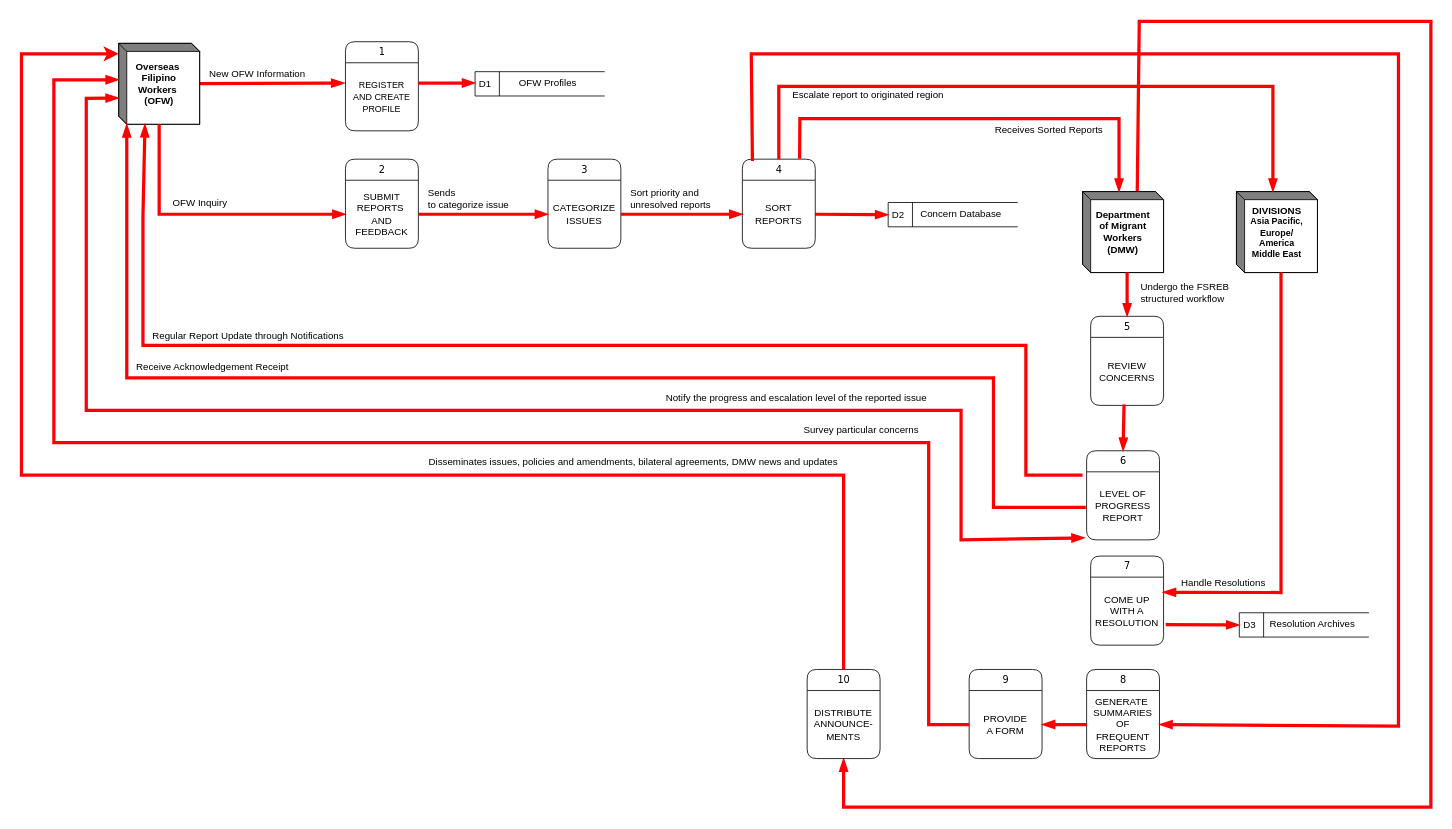
mhiaaaw/mhiaaaw keeps this draw.io diagram as PROPOSED_DFDLVL1.drawio. Above is the earlier version. Source tidied: cells renumbered, new cells numbered last; positions are measured from the earlier drawing's top-left corner, leaving out a move shared by most shapes. Both pictures are drawn from the tidied source at 81%, with x=0, y=0 at pixel (21, 21).
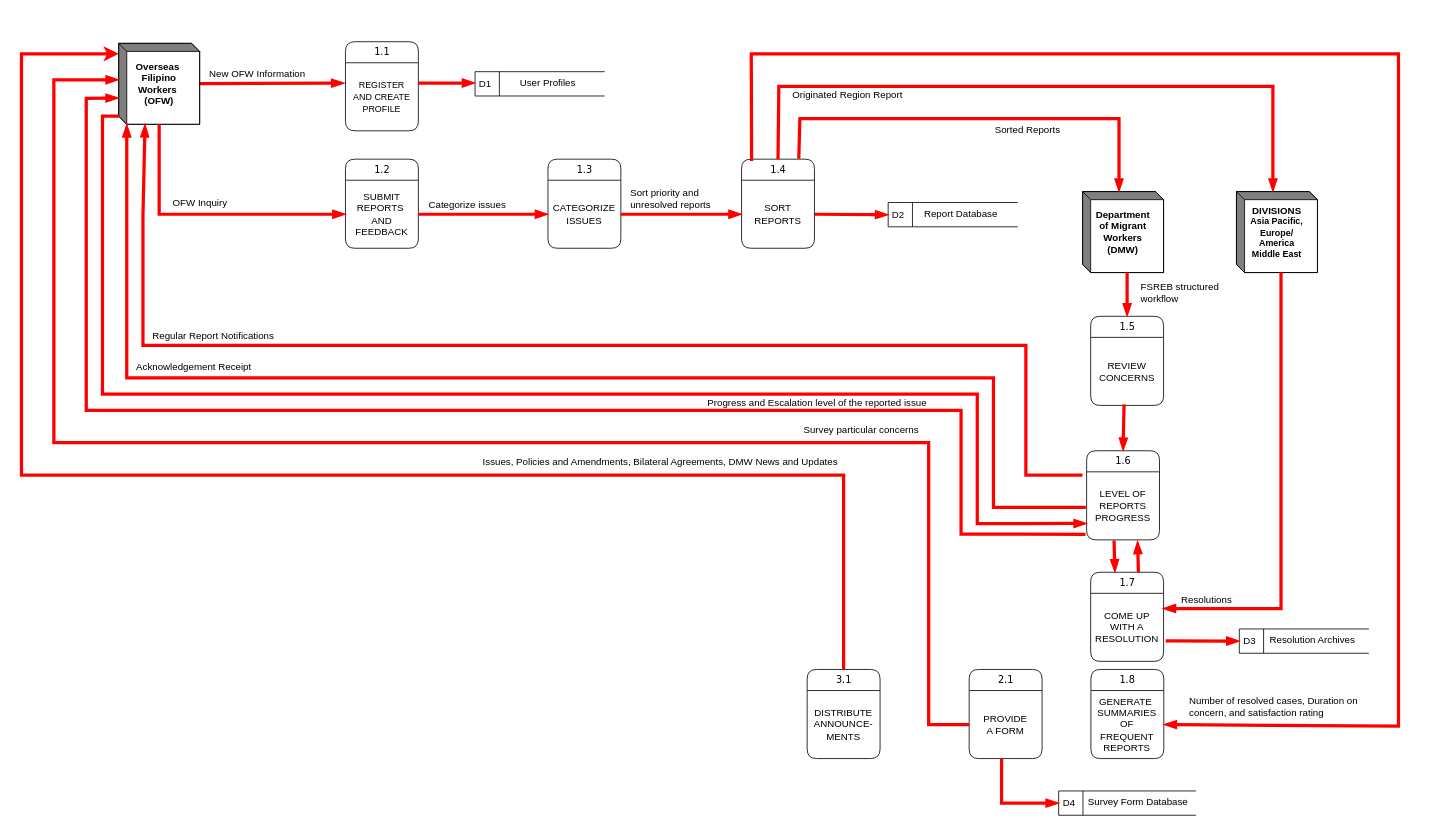
After the change.

Unchanged cells that the change refers to:
```xml
<mxCell id="3" value="&lt;div style=&quot;&quot;&gt;&lt;b&gt;Overseas&amp;nbsp;&lt;/b&gt;&lt;/div&gt;&lt;div style=&quot;&quot;&gt;&lt;b&gt;Filipino&lt;/b&gt;&lt;/div&gt;&lt;div style=&quot;&quot;&gt;&lt;b&gt;Workers&amp;nbsp;&lt;/b&gt;&lt;/div&gt;&lt;div style=&quot;&quot;&gt;&lt;b&gt;(OFW)&lt;/b&gt;&lt;/div&gt;" style="html=1;dashed=0;whiteSpace=wrap;shape=mxgraph.dfd.externalEntity;align=center;" parent="1" vertex="1">
  <mxGeometry x="120" y="27" width="100" height="100" as="geometry" />
</mxCell>
<mxCell id="5" value="&lt;div style=&quot;&quot;&gt;&lt;b&gt;Department&lt;/b&gt;&lt;/div&gt;&lt;div style=&quot;&quot;&gt;&lt;b&gt;of Migrant&lt;/b&gt;&lt;/div&gt;&lt;div style=&quot;&quot;&gt;&lt;b&gt;Workers&lt;/b&gt;&lt;/div&gt;&lt;div style=&quot;&quot;&gt;&lt;b&gt;(DMW)&lt;/b&gt;&lt;/div&gt;" style="html=1;dashed=0;whiteSpace=wrap;shape=mxgraph.dfd.externalEntity;align=center;" parent="1" vertex="1">
  <mxGeometry x="1310" y="210" width="100" height="100" as="geometry" />
</mxCell>
<mxCell id="40" value="&lt;div style=&quot;&quot;&gt;&lt;b&gt;DIVISIONS&lt;/b&gt;&lt;/div&gt;&lt;div style=&quot;font-size: 11px;&quot;&gt;&lt;b style=&quot;&quot;&gt;&lt;font style=&quot;font-size: 11px;&quot;&gt;Asia Pacific,&lt;/font&gt;&lt;/b&gt;&lt;/div&gt;&lt;div style=&quot;font-size: 11px;&quot;&gt;&lt;b style=&quot;background-color: initial;&quot;&gt;Europe/&lt;/b&gt;&lt;/div&gt;&lt;div style=&quot;font-size: 11px;&quot;&gt;&lt;b&gt;&lt;font style=&quot;font-size: 11px;&quot;&gt;America&lt;/font&gt;&lt;/b&gt;&lt;/div&gt;&lt;div style=&quot;font-size: 11px;&quot;&gt;&lt;b style=&quot;&quot;&gt;&lt;font style=&quot;font-size: 11px;&quot;&gt;Middle East&lt;/font&gt;&lt;/b&gt;&lt;/div&gt;" style="html=1;dashed=0;whiteSpace=wrap;shape=mxgraph.dfd.externalEntity;align=center;verticalAlign=middle;" parent="1" vertex="1">
  <mxGeometry x="1500" y="210" width="100" height="100" as="geometry" />
</mxCell>
<mxCell id="44" value="COME UP WITH A&lt;br&gt;RESOLUTION" style="text;html=1;strokeColor=none;fillColor=none;spacingLeft=4;spacingRight=4;whiteSpace=wrap;overflow=hidden;points=[[0,0.5],[1,0.5]];portConstraint=eastwest;align=center;verticalAlign=middle;" parent="43" vertex="1">
  <mxGeometry y="26" width="90" height="84" as="geometry" />
</mxCell>
<mxCell id="50" value="GENERATE&amp;nbsp;&lt;br&gt;SUMMARIES OF FREQUENT&lt;br&gt;REPORTS" style="text;html=1;strokeColor=none;fillColor=none;spacingLeft=4;spacingRight=4;whiteSpace=wrap;overflow=hidden;points=[[0,0.5],[1,0.5]];portConstraint=eastwest;align=center;verticalAlign=middle;" parent="49" vertex="1">
  <mxGeometry y="26" width="90" height="84" as="geometry" />
</mxCell>
<mxCell id="54" value="PROVIDE&lt;br&gt;A FORM" style="text;html=1;strokeColor=none;fillColor=none;spacingLeft=4;spacingRight=4;whiteSpace=wrap;overflow=hidden;points=[[0,0.5],[1,0.5]];portConstraint=eastwest;align=center;verticalAlign=middle;" parent="53" vertex="1">
  <mxGeometry y="26" width="90" height="84" as="geometry" />
</mxCell>
<mxCell id="60" value="DISTRIBUTE&lt;br&gt;ANNOUNCE-MENTS" style="text;html=1;strokeColor=none;fillColor=none;spacingLeft=4;spacingRight=4;whiteSpace=wrap;overflow=hidden;points=[[0,0.5],[1,0.5]];portConstraint=eastwest;align=center;verticalAlign=middle;" parent="59" vertex="1">
  <mxGeometry y="26" width="90" height="84" as="geometry" />
</mxCell>
```

The edit, as a diff of the source:
```diff
@@
-    <mxCell id="4" style="rounded=0;jettySize=auto;html=1;strokeWidth=4;startArrow=none;startFill=0;endArrow=blockThin;endFill=1;strokeColor=#FF0000;exitX=0;exitY=0;exitDx=67.5;exitDy=0;exitPerimeter=0;" parent="1" edge="1" source="5" target="60">
-      <mxGeometry relative="1" as="geometry">
-        <Array as="points">
-          <mxPoint x="1380" />
-          <mxPoint x="1740" />
-          <mxPoint x="1740" y="970" />
-          <mxPoint x="1015" y="970" />
-        </Array>
-      </mxGeometry>
-    </mxCell>
@@
-    <mxCell id="6" value="1" style="swimlane;html=1;fontStyle=0;horizontal=1;startSize=26;fillColor=#ffffff;swimlaneFillColor=#ffffff;align=center;rounded=1;shadow=0;comic=0;labelBackgroundColor=none;strokeWidth=1;fontFamily=Verdana;fontSize=12;" parent="1" vertex="1">
+    <mxCell id="6" value="1.1" style="swimlane;html=1;fontStyle=0;horizontal=1;startSize=26;fillColor=#ffffff;swimlaneFillColor=#ffffff;align=center;rounded=1;shadow=0;comic=0;labelBackgroundColor=none;strokeWidth=1;fontFamily=Verdana;fontSize=12;" parent="1" vertex="1">
       <mxGeometry x="400" y="25" width="90" height="110" as="geometry" />
     </mxCell>
@@
-    <mxCell id="9" value="2" style="swimlane;html=1;fontStyle=0;horizontal=1;startSize=26;fillColor=#ffffff;swimlaneFillColor=#ffffff;align=center;rounded=1;shadow=0;comic=0;labelBackgroundColor=none;strokeWidth=1;fontFamily=Verdana;fontSize=12;" parent="1" vertex="1">
+    <mxCell id="9" value="1.2" style="swimlane;html=1;fontStyle=0;horizontal=1;startSize=26;fillColor=#ffffff;swimlaneFillColor=#ffffff;align=center;rounded=1;shadow=0;comic=0;labelBackgroundColor=none;strokeWidth=1;fontFamily=Verdana;fontSize=12;" parent="1" vertex="1">
       <mxGeometry x="400" y="170" width="90" height="110" as="geometry" />
     </mxCell>
@@
-    <mxCell id="14" value="OFW Profiles" style="text;html=1;strokeColor=none;fillColor=none;align=center;verticalAlign=middle;whiteSpace=wrap;rounded=0;" parent="1" vertex="1">
+    <mxCell id="14" value="User Profiles" style="text;html=1;strokeColor=none;fillColor=none;align=center;verticalAlign=middle;whiteSpace=wrap;rounded=0;" parent="1" vertex="1">
       <mxGeometry x="590" y="61" width="120" height="30" as="geometry" />
     </mxCell>
@@
-    <mxCell id="17" value="Concern Database" style="text;html=1;strokeColor=none;fillColor=none;align=center;verticalAlign=middle;whiteSpace=wrap;rounded=0;" parent="1" vertex="1">
+    <mxCell id="17" value="Report Database" style="text;html=1;strokeColor=none;fillColor=none;align=center;verticalAlign=middle;whiteSpace=wrap;rounded=0;" parent="1" vertex="1">
       <mxGeometry x="1100" y="222.5" width="120" height="30" as="geometry" />
     </mxCell>
@@
-    <mxCell id="20" value="Regular Report Update through Notifications" style="text;html=1;strokeColor=none;fillColor=none;align=left;verticalAlign=bottom;whiteSpace=wrap;rounded=0;fontSize=12;spacingLeft=10;spacingRight=10;" parent="1" vertex="1">
+    <mxCell id="20" value="Regular Report Notifications" style="text;html=1;strokeColor=none;fillColor=none;align=left;verticalAlign=bottom;whiteSpace=wrap;rounded=0;fontSize=12;spacingLeft=10;spacingRight=10;" parent="1" vertex="1">
       <mxGeometry x="150" y="364" width="280" height="33" as="geometry" />
     </mxCell>
-    <mxCell id="21" value="3" style="swimlane;html=1;fontStyle=0;horizontal=1;startSize=26;fillColor=#ffffff;swimlaneFillColor=#ffffff;align=center;rounded=1;shadow=0;comic=0;labelBackgroundColor=none;strokeWidth=1;fontFamily=Verdana;fontSize=12;" parent="1" vertex="1">
+    <mxCell id="21" value="1.3" style="swimlane;html=1;fontStyle=0;horizontal=1;startSize=26;fillColor=#ffffff;swimlaneFillColor=#ffffff;align=center;rounded=1;shadow=0;comic=0;labelBackgroundColor=none;strokeWidth=1;fontFamily=Verdana;fontSize=12;" parent="1" vertex="1">
       <mxGeometry x="650" y="170" width="90" height="110" as="geometry" />
     </mxCell>
@@
-    <mxCell id="25" value="4" style="swimlane;html=1;fontStyle=0;horizontal=1;startSize=26;fillColor=#ffffff;swimlaneFillColor=#ffffff;align=center;rounded=1;shadow=0;comic=0;labelBackgroundColor=none;strokeWidth=1;fontFamily=Verdana;fontSize=12;" parent="1" vertex="1">
-      <mxGeometry x="890" y="170" width="90" height="110" as="geometry" />
+    <mxCell id="25" value="1.4" style="swimlane;html=1;fontStyle=0;horizontal=1;startSize=26;fillColor=#ffffff;swimlaneFillColor=#ffffff;align=center;rounded=1;shadow=0;comic=0;labelBackgroundColor=none;strokeWidth=1;fontFamily=Verdana;fontSize=12;" parent="1" vertex="1">
+      <mxGeometry x="889" y="170" width="90" height="110" as="geometry" />
     </mxCell>
@@
-    <mxCell id="28" value="Sends &lt;br&gt;to categorize issue&amp;nbsp;" style="text;html=1;strokeColor=none;fillColor=none;align=left;verticalAlign=bottom;whiteSpace=wrap;rounded=0;fontSize=12;spacingLeft=10;spacingRight=10;" parent="1" vertex="1">
-      <mxGeometry x="490" y="203" width="150" height="33" as="geometry" />
+    <mxCell id="28" value="Categorize issues" style="text;html=1;strokeColor=none;fillColor=none;align=left;verticalAlign=bottom;whiteSpace=wrap;rounded=0;fontSize=12;spacingLeft=10;spacingRight=10;" parent="1" vertex="1">
+      <mxGeometry x="491" y="203" width="150" height="33" as="geometry" />
     </mxCell>
@@
-    <mxCell id="30" value="Receives Sorted Reports" style="text;html=1;strokeColor=none;fillColor=none;align=left;verticalAlign=bottom;whiteSpace=wrap;rounded=0;fontSize=12;spacingLeft=10;spacingRight=10;" parent="1" vertex="1">
+    <mxCell id="30" value="Sorted Reports" style="text;html=1;strokeColor=none;fillColor=none;align=left;verticalAlign=bottom;whiteSpace=wrap;rounded=0;fontSize=12;spacingLeft=10;spacingRight=10;" parent="1" vertex="1">
       <mxGeometry x="1190" y="110" width="190" height="33" as="geometry" />
     </mxCell>
-    <mxCell id="31" value="5" style="swimlane;html=1;fontStyle=0;horizontal=1;startSize=26;fillColor=#ffffff;swimlaneFillColor=#ffffff;align=center;rounded=1;shadow=0;comic=0;labelBackgroundColor=none;strokeWidth=1;fontFamily=Verdana;fontSize=12;" parent="1" vertex="1">
+    <mxCell id="31" value="1.5" style="swimlane;html=1;fontStyle=0;horizontal=1;startSize=26;fillColor=#ffffff;swimlaneFillColor=#ffffff;align=center;rounded=1;shadow=0;comic=0;labelBackgroundColor=none;strokeWidth=1;fontFamily=Verdana;fontSize=12;" parent="1" vertex="1">
       <mxGeometry x="1320" y="364" width="90" height="110" as="geometry" />
     </mxCell>
@@
-    <mxCell id="35" value="Receive Acknowledgement Receipt" style="text;html=1;strokeColor=none;fillColor=none;align=left;verticalAlign=bottom;whiteSpace=wrap;rounded=0;fontSize=12;spacingLeft=10;spacingRight=10;" parent="1" vertex="1">
+    <mxCell id="35" value="Acknowledgement Receipt" style="text;html=1;strokeColor=none;fillColor=none;align=left;verticalAlign=bottom;whiteSpace=wrap;rounded=0;fontSize=12;spacingLeft=10;spacingRight=10;" parent="1" vertex="1">
       <mxGeometry x="130" y="402.5" width="220" height="33" as="geometry" />
     </mxCell>
-    <mxCell id="36" value="6" style="swimlane;html=1;fontStyle=0;horizontal=1;startSize=26;fillColor=#ffffff;swimlaneFillColor=#ffffff;align=center;rounded=1;shadow=0;comic=0;labelBackgroundColor=none;strokeWidth=1;fontFamily=Verdana;fontSize=12;" parent="1" vertex="1">
+    <mxCell id="36" value="1.6" style="swimlane;html=1;fontStyle=0;horizontal=1;startSize=26;fillColor=#ffffff;swimlaneFillColor=#ffffff;align=center;rounded=1;shadow=0;comic=0;labelBackgroundColor=none;strokeWidth=1;fontFamily=Verdana;fontSize=12;" parent="1" vertex="1">
       <mxGeometry x="1315" y="530" width="90" height="110" as="geometry" />
     </mxCell>
-    <mxCell id="37" value="LEVEL OF PROGRESS REPORT" style="text;html=1;strokeColor=none;fillColor=none;spacingLeft=4;spacingRight=4;whiteSpace=wrap;overflow=hidden;points=[[0,0.5],[1,0.5]];portConstraint=eastwest;align=center;verticalAlign=middle;" parent="36" vertex="1">
+    <mxCell id="37" value="LEVEL OF REPORTS&lt;br&gt;PROGRESS" style="text;html=1;strokeColor=none;fillColor=none;spacingLeft=4;spacingRight=4;whiteSpace=wrap;overflow=hidden;points=[[0,0.5],[1,0.5]];portConstraint=eastwest;align=center;verticalAlign=middle;" parent="36" vertex="1">
       <mxGeometry y="26" width="90" height="84" as="geometry" />
     </mxCell>
@@
-    <mxCell id="39" value="Undergo the FSREB structured workflow" style="text;html=1;strokeColor=none;fillColor=none;align=left;verticalAlign=bottom;whiteSpace=wrap;rounded=0;fontSize=12;spacingLeft=10;spacingRight=10;" parent="1" vertex="1">
+    <mxCell id="39" value="FSREB structured workflow" style="text;html=1;strokeColor=none;fillColor=none;align=left;verticalAlign=bottom;whiteSpace=wrap;rounded=0;fontSize=12;spacingLeft=10;spacingRight=10;" parent="1" vertex="1">
       <mxGeometry x="1370" y="319" width="150" height="33" as="geometry" />
     </mxCell>
@@
-    <mxCell id="42" value="Escalate report to originated region" style="text;html=1;strokeColor=none;fillColor=none;align=left;verticalAlign=top;whiteSpace=wrap;rounded=0;fontSize=12;spacingLeft=10;spacingRight=10;" parent="1" vertex="1">
+    <mxCell id="42" value="Originated Region Report" style="text;html=1;strokeColor=none;fillColor=none;align=left;verticalAlign=top;whiteSpace=wrap;rounded=0;fontSize=12;spacingLeft=10;spacingRight=10;" parent="1" vertex="1">
       <mxGeometry x="940" y="77" width="300" height="33" as="geometry" />
     </mxCell>
-    <mxCell id="43" value="7" style="swimlane;html=1;fontStyle=0;horizontal=1;startSize=26;fillColor=#ffffff;swimlaneFillColor=#ffffff;align=center;rounded=1;shadow=0;comic=0;labelBackgroundColor=none;strokeWidth=1;fontFamily=Verdana;fontSize=12;" parent="1" vertex="1">
-      <mxGeometry x="1320" y="660" width="90" height="110" as="geometry" />
+    <mxCell id="43" value="1.7" style="swimlane;html=1;fontStyle=0;horizontal=1;startSize=26;fillColor=#ffffff;swimlaneFillColor=#ffffff;align=center;rounded=1;shadow=0;comic=0;labelBackgroundColor=none;strokeWidth=1;fontFamily=Verdana;fontSize=12;" parent="1" vertex="1">
+      <mxGeometry x="1320" y="680" width="90" height="110" as="geometry" />
     </mxCell>
@@
     <mxCell id="45" style="rounded=0;jettySize=auto;html=1;strokeWidth=4;strokeColor=#FF0000;endArrow=blockThin;endFill=1;exitX=0;exitY=0;exitDx=55;exitDy=100;exitPerimeter=0;entryX=0.991;entryY=0.223;entryDx=0;entryDy=0;entryPerimeter=0;" parent="1" edge="1" source="40" target="44">
       <mxGeometry relative="1" as="geometry">
         <Array as="points">
-          <mxPoint x="1555" y="705" />
+          <mxPoint x="1555" y="725" />
         </Array>
       </mxGeometry>
     </mxCell>
     <mxCell id="46" value="D3" style="html=1;dashed=0;whiteSpace=wrap;shape=mxgraph.dfd.dataStoreID;align=left;spacingLeft=3;points=[[0,0],[0.5,0],[1,0],[0,0.5],[1,0.5],[0,1],[0.5,1],[1,1]];" parent="1" vertex="1">
-      <mxGeometry x="1503.5" y="730" width="160" height="30" as="geometry" />
+      <mxGeometry x="1503.5" y="750" width="160" height="30" as="geometry" />
     </mxCell>
     <mxCell id="47" value="Resolution Archives" style="text;html=1;strokeColor=none;fillColor=none;align=center;verticalAlign=middle;whiteSpace=wrap;rounded=0;" parent="1" vertex="1">
-      <mxGeometry x="1533.5" y="729" width="120" height="30" as="geometry" />
+      <mxGeometry x="1533.5" y="749" width="120" height="30" as="geometry" />
     </mxCell>
@@
-    <mxCell id="49" value="8" style="swimlane;html=1;fontStyle=0;horizontal=1;startSize=26;fillColor=#ffffff;swimlaneFillColor=#ffffff;align=center;rounded=1;shadow=0;comic=0;labelBackgroundColor=none;strokeWidth=1;fontFamily=Verdana;fontSize=12;" parent="1" vertex="1">
-      <mxGeometry x="1315" y="800" width="90" height="110" as="geometry" />
+    <mxCell id="49" value="1.8" style="swimlane;html=1;fontStyle=0;horizontal=1;startSize=26;fillColor=#ffffff;swimlaneFillColor=#ffffff;align=center;rounded=1;shadow=0;comic=0;labelBackgroundColor=none;strokeWidth=1;fontFamily=Verdana;fontSize=12;" parent="1" vertex="1">
+      <mxGeometry x="1320.3" y="800" width="90" height="110" as="geometry" />
     </mxCell>
@@
-    <mxCell id="52" style="rounded=0;jettySize=auto;html=1;strokeWidth=4;strokeColor=#FF0000;entryX=0;entryY=0;entryDx=0;entryDy=67.5;entryPerimeter=0;endArrow=blockThin;endFill=1;exitX=-0.029;exitY=0.97;exitDx=0;exitDy=0;exitPerimeter=0;startArrow=blockThin;startFill=1;" parent="1" edge="1" source="37" target="3">
+    <mxCell id="52" style="rounded=0;jettySize=auto;html=1;strokeWidth=4;strokeColor=#FF0000;entryX=0;entryY=0;entryDx=0;entryDy=67.5;entryPerimeter=0;endArrow=blockThin;endFill=1;exitX=-0.015;exitY=0.918;exitDx=0;exitDy=0;exitPerimeter=0;startArrow=none;startFill=0;" parent="1" edge="1" source="37" target="3">
       <mxGeometry relative="1" as="geometry">
         <Array as="points">
-          <mxPoint x="1160" y="640" />
+          <mxPoint x="1160" y="633" />
           <mxPoint x="1160" y="480" />
           <mxPoint x="660" y="480" />
           <mxPoint x="80" y="480" />
           <mxPoint x="80" y="95" />
         </Array>
       </mxGeometry>
     </mxCell>
-    <mxCell id="53" value="9" style="swimlane;html=1;fontStyle=0;horizontal=1;startSize=26;fillColor=#ffffff;swimlaneFillColor=#ffffff;align=center;rounded=1;shadow=0;comic=0;labelBackgroundColor=none;strokeWidth=1;fontFamily=Verdana;fontSize=12;" parent="1" vertex="1">
+    <mxCell id="53" value="2.1" style="swimlane;html=1;fontStyle=0;horizontal=1;startSize=26;fillColor=#ffffff;swimlaneFillColor=#ffffff;align=center;rounded=1;shadow=0;comic=0;labelBackgroundColor=none;strokeWidth=1;fontFamily=Verdana;fontSize=12;" parent="1" vertex="1">
       <mxGeometry x="1170" y="800" width="90" height="110" as="geometry" />
     </mxCell>
@@
-    <mxCell id="56" style="rounded=0;jettySize=auto;html=1;strokeWidth=4;strokeColor=#ff0000;entryX=1;entryY=0.5;entryDx=0;entryDy=0;endArrow=blockThin;endFill=1;exitX=0;exitY=0.5;exitDx=0;exitDy=0;" parent="1" edge="1" source="50" target="54">
-      <mxGeometry relative="1" as="geometry" />
-    </mxCell>
-    <mxCell id="57" value="Handle Resolutions" style="text;html=1;strokeColor=none;fillColor=none;align=left;verticalAlign=bottom;whiteSpace=wrap;rounded=0;fontSize=12;spacingLeft=10;spacingRight=10;" parent="1" vertex="1">
-      <mxGeometry x="1420" y="670" width="130" height="33" as="geometry" />
+    <mxCell id="57" value="Resolutions" style="text;html=1;strokeColor=none;fillColor=none;align=left;verticalAlign=bottom;whiteSpace=wrap;rounded=0;fontSize=12;spacingLeft=10;spacingRight=10;" parent="1" vertex="1">
+      <mxGeometry x="1420" y="690" width="130" height="33" as="geometry" />
     </mxCell>
@@
-    <mxCell id="59" value="10" style="swimlane;html=1;fontStyle=0;horizontal=1;startSize=26;fillColor=#ffffff;swimlaneFillColor=#ffffff;align=center;rounded=1;shadow=0;comic=0;labelBackgroundColor=none;strokeWidth=1;fontFamily=Verdana;fontSize=12;" parent="1" vertex="1">
+    <mxCell id="59" value="3.1" style="swimlane;html=1;fontStyle=0;horizontal=1;startSize=26;fillColor=#ffffff;swimlaneFillColor=#ffffff;align=center;rounded=1;shadow=0;comic=0;labelBackgroundColor=none;strokeWidth=1;fontFamily=Verdana;fontSize=12;" parent="1" vertex="1">
       <mxGeometry x="970" y="800" width="90" height="110" as="geometry" />
     </mxCell>
@@
-    <mxCell id="62" value="Disseminates issues, policies and amendments, bilateral agreements, DMW news and updates" style="text;html=1;strokeColor=none;fillColor=none;align=right;verticalAlign=bottom;whiteSpace=wrap;rounded=0;fontSize=12;spacingLeft=10;spacingRight=10;" parent="1" vertex="1">
+    <mxCell id="62" value="Issues, Policies and Amendments, Bilateral Agreements, DMW News and Updates" style="text;html=1;strokeColor=none;fillColor=none;align=right;verticalAlign=bottom;whiteSpace=wrap;rounded=0;fontSize=12;spacingLeft=10;spacingRight=10;" parent="1" vertex="1">
       <mxGeometry x="450" y="520" width="570" height="33" as="geometry" />
     </mxCell>
-    <mxCell id="63" value="Notify the progress and escalation level of the reported issue" style="text;html=1;strokeColor=none;fillColor=none;align=right;verticalAlign=bottom;whiteSpace=wrap;rounded=0;fontSize=12;spacingLeft=10;spacingRight=10;" parent="1" vertex="1">
-      <mxGeometry x="770" y="441" width="360" height="33" as="geometry" />
+    <mxCell id="63" value="Progress and Escalation level of the reported issue" style="text;html=1;strokeColor=none;fillColor=none;align=right;verticalAlign=bottom;whiteSpace=wrap;rounded=0;fontSize=12;spacingLeft=10;spacingRight=10;" parent="1" vertex="1">
+      <mxGeometry x="770" y="447" width="360" height="33" as="geometry" />
     </mxCell>
+    <mxCell id="64" style="rounded=0;jettySize=auto;html=1;strokeWidth=4;strokeColor=#ff0000;endArrow=blockThin;endFill=1;exitX=0.655;exitY=-0.002;exitDx=0;exitDy=0;entryX=0.699;entryY=1.018;entryDx=0;entryDy=0;entryPerimeter=0;exitPerimeter=0;" parent="1" edge="1" source="43" target="37">
+      <mxGeometry relative="1" as="geometry" />
+    </mxCell>
+    <mxCell id="65" value="D4" style="html=1;dashed=0;whiteSpace=wrap;shape=mxgraph.dfd.dataStoreID;align=left;spacingLeft=3;points=[[0,0],[0.5,0],[1,0],[0,0.5],[1,0.5],[0,1],[0.5,1],[1,1]];" parent="1" vertex="1">
+      <mxGeometry x="1280.5" y="950" width="169.5" height="30" as="geometry" />
+    </mxCell>
+    <mxCell id="66" style="rounded=0;jettySize=auto;html=1;strokeWidth=4;strokeColor=#ff0000;entryX=0;entryY=0.5;entryDx=0;entryDy=0;endArrow=blockThin;endFill=1;" parent="1" edge="1" target="65">
+      <mxGeometry relative="1" as="geometry">
+        <mxPoint x="1210" y="910" as="sourcePoint" />
+        <Array as="points">
+          <mxPoint x="1210" y="965" />
+        </Array>
+      </mxGeometry>
+    </mxCell>
+    <mxCell id="67" value="&lt;span style=&quot;color: rgb(0, 0, 0); font-family: Helvetica; font-size: 12px; font-style: normal; font-variant-ligatures: normal; font-variant-caps: normal; font-weight: 400; letter-spacing: normal; orphans: 2; text-align: center; text-indent: 0px; text-transform: none; widows: 2; word-spacing: 0px; -webkit-text-stroke-width: 0px; background-color: rgb(251, 251, 251); text-decoration-thickness: initial; text-decoration-style: initial; text-decoration-color: initial; float: none; display: inline !important;&quot;&gt;Survey Form Database&lt;/span&gt;" style="text;whiteSpace=wrap;html=1;" parent="1" vertex="1">
+      <mxGeometry x="1315" y="950" width="140" height="30" as="geometry" />
+    </mxCell>
+    <mxCell id="68" style="rounded=0;jettySize=auto;html=1;strokeWidth=4;strokeColor=#ff0000;endArrow=blockThin;endFill=1;exitX=0.376;exitY=1.01;exitDx=0;exitDy=0;exitPerimeter=0;" parent="1" edge="1" source="37">
+      <mxGeometry relative="1" as="geometry">
+        <mxPoint x="1350" y="680" as="targetPoint" />
+      </mxGeometry>
+    </mxCell>
+    <mxCell id="69" value="Number of resolved cases, Duration on concern, and satisfaction rating" style="text;html=1;strokeColor=none;fillColor=none;align=left;verticalAlign=bottom;whiteSpace=wrap;rounded=0;fontSize=12;spacingLeft=10;spacingRight=10;" parent="1" vertex="1">
+      <mxGeometry x="1430" y="810" width="260" height="53" as="geometry" />
+    </mxCell>
+    <mxCell id="70" style="rounded=0;jettySize=auto;html=1;strokeWidth=4;strokeColor=#FF0000;entryX=0;entryY=0;entryDx=0;entryDy=90;entryPerimeter=0;endArrow=none;endFill=0;startArrow=blockThin;startFill=1;exitX=0.001;exitY=0.759;exitDx=0;exitDy=0;exitPerimeter=0;" parent="1" edge="1" source="37" target="3">
+      <mxGeometry relative="1" as="geometry">
+        <Array as="points">
+          <mxPoint x="1180" y="620" />
+          <mxPoint x="1180" y="460" />
+          <mxPoint x="670" y="460" />
+          <mxPoint x="380" y="460" />
+          <mxPoint x="100" y="460" />
+          <mxPoint x="100" y="117" />
+        </Array>
+      </mxGeometry>
+    </mxCell>
```
